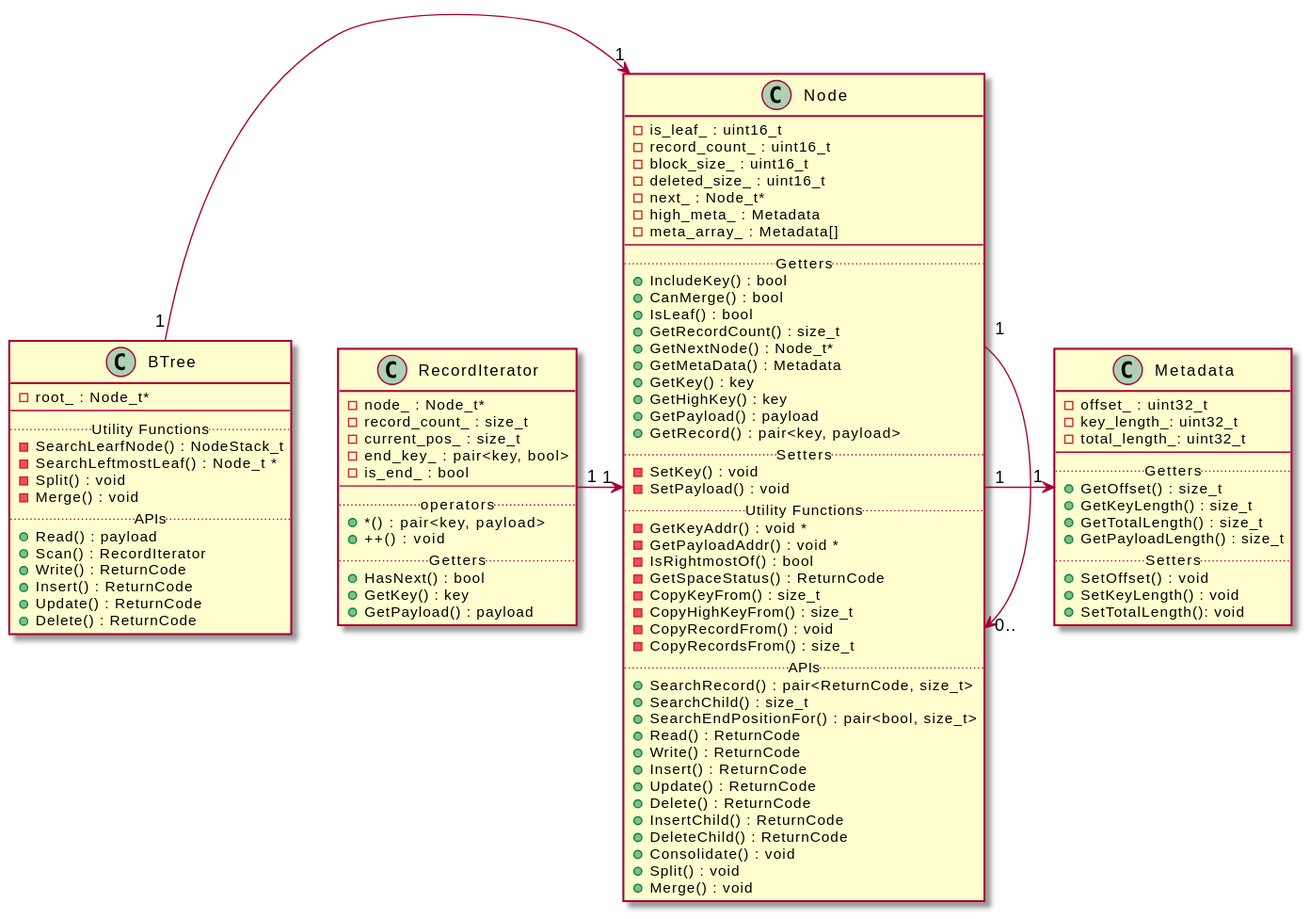
dbgroup-nagoya-u/b-tree keeps this PlantUML diagram as design_doc/figures/b_tree_class.svg. Above is the earlier version.
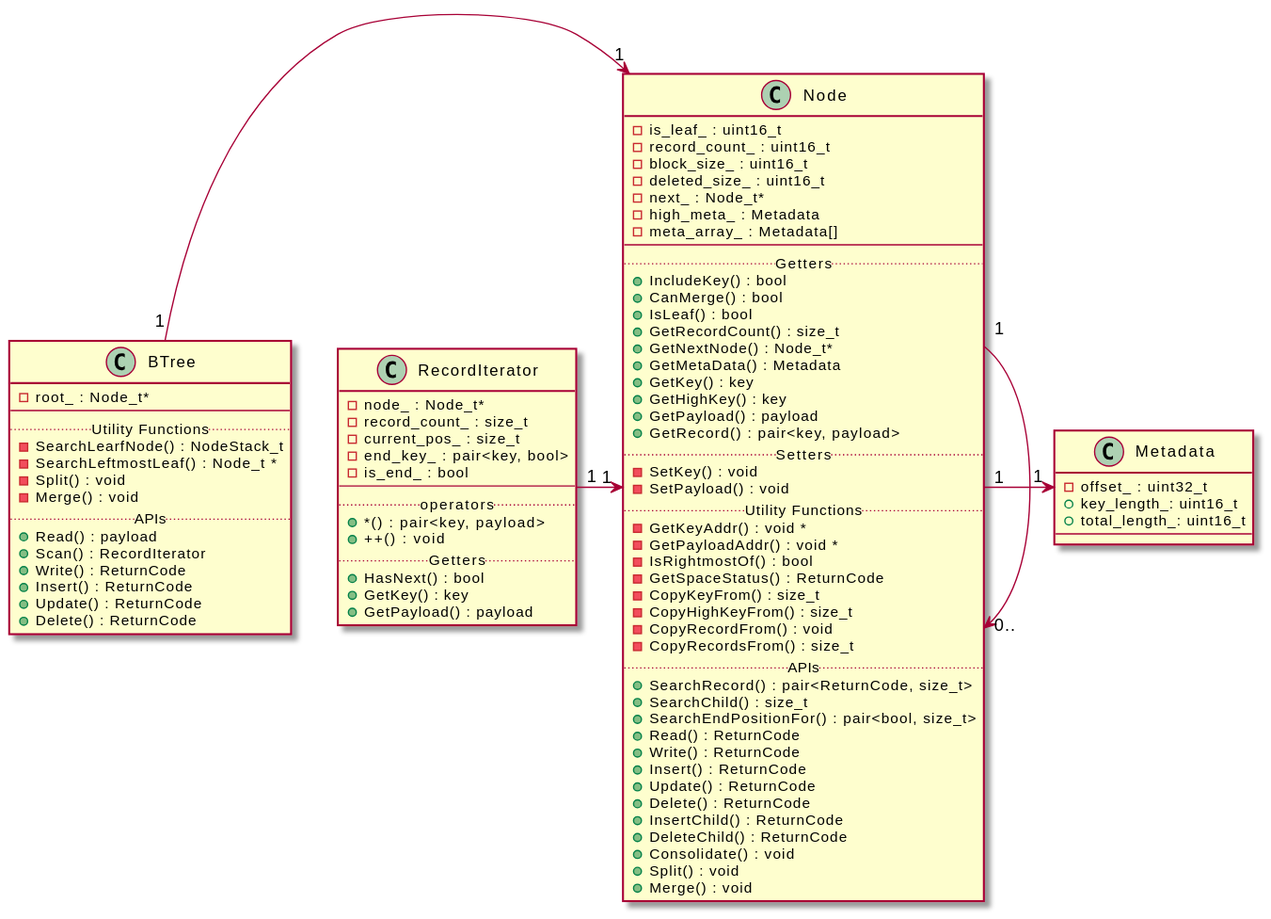
The same diagram one commit later.

What changed in the source:
```diff
@@ -67,18 +67,9 @@
 
 class Metadata{
   -offset_ : uint32_t
-  -key_length_: uint32_t
-  -total_length_: uint32_t
+  +key_length_: uint16_t
+  +total_length_: uint16_t
 --
-.. Getters ..
-  +GetOffset() : size_t
-  +GetKeyLength() : size_t
-  +GetTotalLength() : size_t
-  +GetPayloadLength() : size_t
-.. Setters ..
-  +SetOffset() : void
-  +SetKeyLength() : void
-  +SetTotalLength(): void
 }
 
 class RecordIterator{
```
